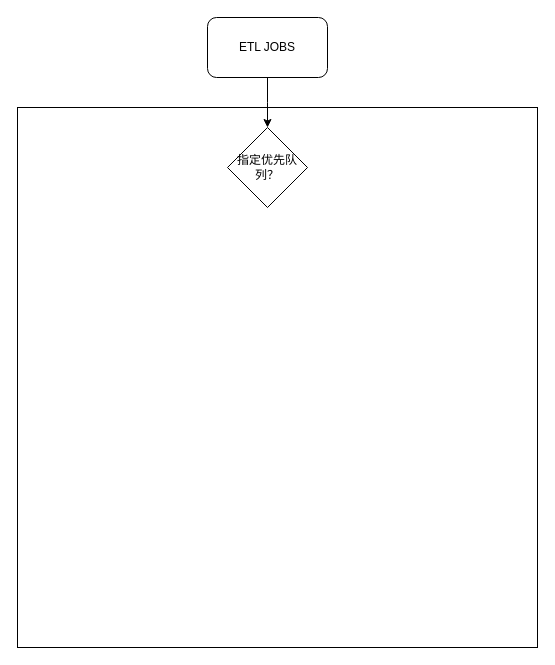
This is doc/入任务队列判定方法.drawio from GoGoWen/JD-Bowen-incubator-doris, a draw.io file, before an edit. Source tidied: cells renumbered, new cells numbered last; positions are measured from the earlier drawing's top-left corner, leaving out a move shared by most shapes. Both pictures are drawn from the tidied source at 100%, with x=0, y=0 at pixel (17, 17).
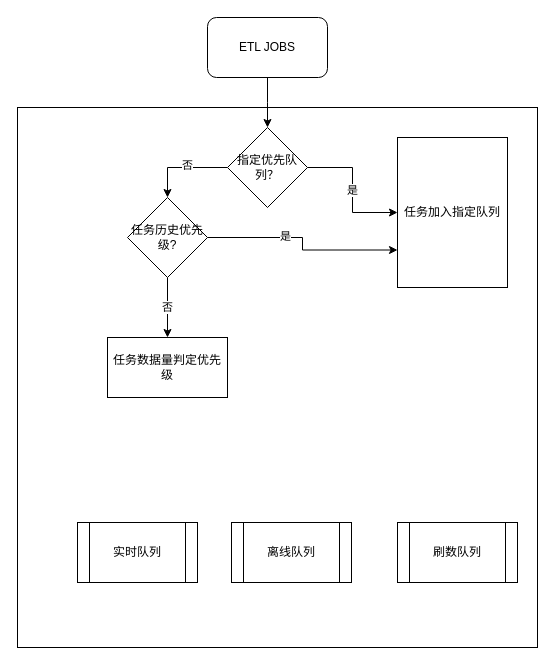
Above is the later version.

Commit message (it also covers changes not shown here):
Update 入任务队列判定方法.drawio

What changed in the source:
```diff
@@
 <mxGraphModel>
   <root>
     <mxCell id="0" />
     <mxCell id="1" parent="0" />
     <mxCell id="2" style="rounded=0;whiteSpace=wrap;html=1;" parent="1" vertex="1">
       <mxGeometry y="90" width="520" height="540" as="geometry" />
     </mxCell>
     <mxCell id="3" style="edgeStyle=orthogonalEdgeStyle;rounded=0;jettySize=auto;html=1;exitX=0.5;exitY=1;exitDx=0;exitDy=0;entryX=0.5;entryY=0;entryDx=0;entryDy=0;" parent="1" edge="1" source="4">
       <mxGeometry relative="1" as="geometry">
         <mxPoint x="250" y="110" as="targetPoint" />
       </mxGeometry>
     </mxCell>
     <mxCell id="4" value="ETL JOBS" style="rounded=1;whiteSpace=wrap;html=1;" parent="1" vertex="1">
       <mxGeometry x="190" width="120" height="60" as="geometry" />
     </mxCell>
+    <mxCell id="6" value="是" style="edgeStyle=orthogonalEdgeStyle;rounded=0;jettySize=auto;html=1;exitX=1;exitY=0.5;exitDx=0;exitDy=0;entryX=0;entryY=0.5;entryDx=0;entryDy=0;" parent="1" edge="1" source="5" target="9">
+      <mxGeometry relative="1" as="geometry" />
+    </mxCell>
+    <mxCell id="7" style="edgeStyle=orthogonalEdgeStyle;rounded=0;jettySize=auto;html=1;exitX=0;exitY=0.5;exitDx=0;exitDy=0;entryX=0.5;entryY=0;entryDx=0;entryDy=0;" parent="1" edge="1" source="5" target="13">
+      <mxGeometry relative="1" as="geometry" />
+    </mxCell>
+    <mxCell id="8" value="否" style="edgeLabel;html=1;align=center;verticalAlign=middle;" parent="7" vertex="1">
+      <mxGeometry x="-0.09" y="-3" relative="1" as="geometry" />
+    </mxCell>
     <mxCell id="5" value="指定优先队列？" style="rhombus;whiteSpace=wrap;html=1;" parent="1" vertex="1">
       <mxGeometry x="210" y="110" width="80" height="80" as="geometry" />
     </mxCell>
+    <mxCell id="9" value="任务加入指定队列" style="rounded=0;whiteSpace=wrap;html=1;" parent="1" vertex="1">
+      <mxGeometry x="380" y="120" width="110" height="150" as="geometry" />
+    </mxCell>
+    <mxCell id="10" style="edgeStyle=orthogonalEdgeStyle;rounded=0;jettySize=auto;html=1;entryX=0;entryY=0.75;entryDx=0;entryDy=0;" parent="1" edge="1" source="13" target="9">
+      <mxGeometry relative="1" as="geometry" />
+    </mxCell>
+    <mxCell id="11" value="是" style="edgeLabel;html=1;align=center;verticalAlign=middle;" parent="10" vertex="1">
+      <mxGeometry x="-0.24" y="2" relative="1" as="geometry" />
+    </mxCell>
+    <mxCell id="12" value="否" style="edgeStyle=orthogonalEdgeStyle;rounded=0;jettySize=auto;html=1;exitX=0.5;exitY=1;exitDx=0;exitDy=0;entryX=0.5;entryY=0;entryDx=0;entryDy=0;" parent="1" edge="1" source="13" target="17">
+      <mxGeometry relative="1" as="geometry" />
+    </mxCell>
+    <mxCell id="13" value="任务历史优先级?" style="rhombus;whiteSpace=wrap;html=1;" parent="1" vertex="1">
+      <mxGeometry x="110" y="180" width="80" height="80" as="geometry" />
+    </mxCell>
+    <mxCell id="14" value="实时队列" style="shape=process;whiteSpace=wrap;html=1;backgroundOutline=1;" parent="1" vertex="1">
+      <mxGeometry x="60" y="505" width="120" height="60" as="geometry" />
+    </mxCell>
+    <mxCell id="15" value="离线队列" style="shape=process;whiteSpace=wrap;html=1;backgroundOutline=1;" parent="1" vertex="1">
+      <mxGeometry x="214" y="505" width="120" height="60" as="geometry" />
+    </mxCell>
+    <mxCell id="16" value="刷数队列" style="shape=process;whiteSpace=wrap;html=1;backgroundOutline=1;" parent="1" vertex="1">
+      <mxGeometry x="380" y="505" width="120" height="60" as="geometry" />
+    </mxCell>
+    <mxCell id="17" value="任务数据量判定优先级" style="rounded=0;whiteSpace=wrap;html=1;" parent="1" vertex="1">
+      <mxGeometry x="90" y="320" width="120" height="60" as="geometry" />
+    </mxCell>
   </root>
 </mxGraphModel>
```
